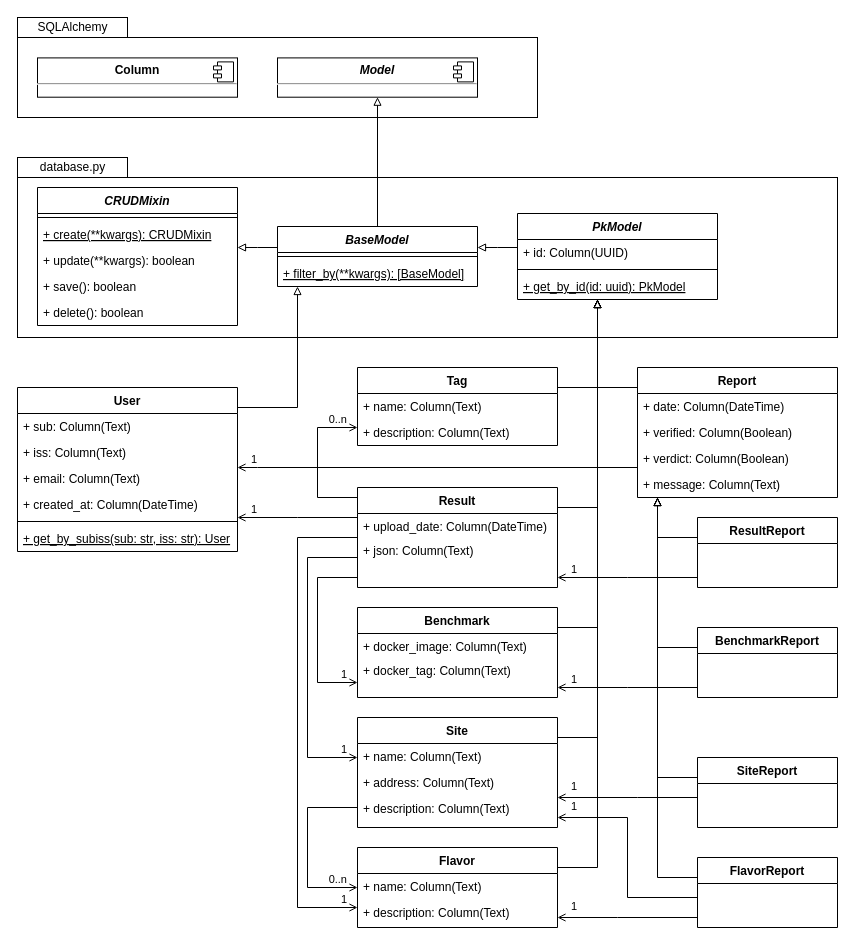
The draw.io diagram docs/diagrams/classes/models.drawio in EOSC-synergy/eosc-perf, before the edit. Source tidied: cells renumbered, new cells numbered last; positions are measured from the earlier drawing's top-left corner, leaving out a move shared by most shapes. Both pictures are drawn from the tidied source at 100%, with x=0, y=0 at pixel (17, 17).
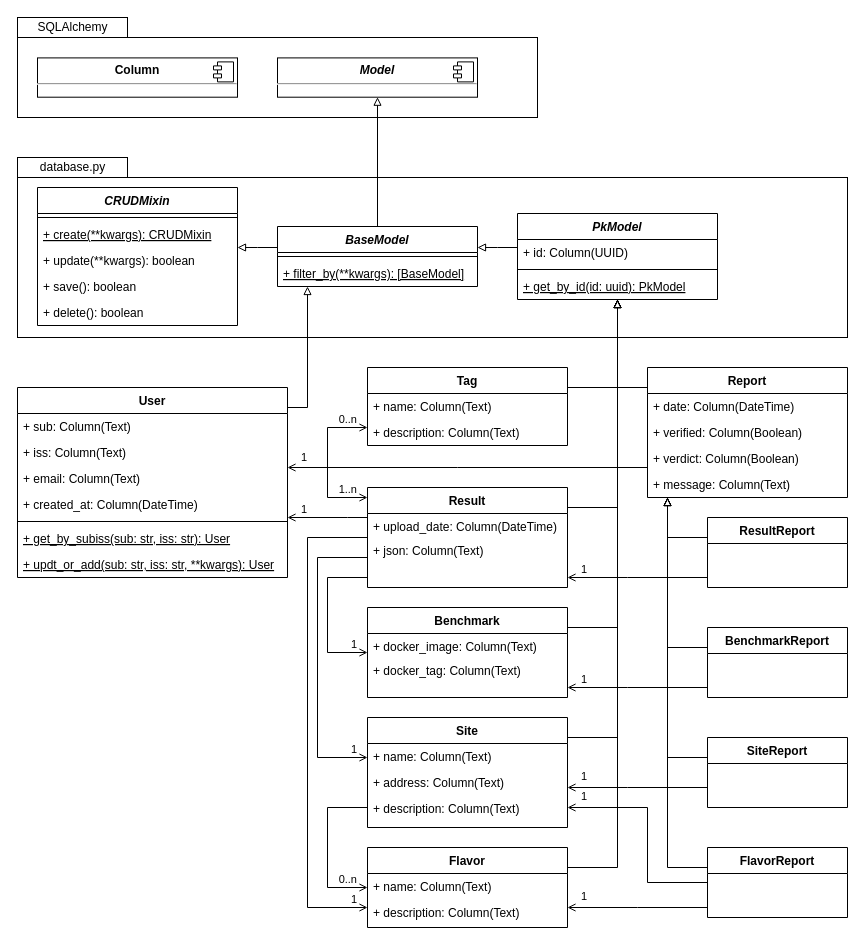
The same diagram, later.

Commit message:
Update models diagram

Unchanged cells that the change refers to:
```xml
<mxCell id="9" value="+ message: Column(Text)" style="text;strokeColor=none;fillColor=none;align=left;verticalAlign=top;spacingLeft=4;spacingRight=4;overflow=hidden;points=[[0,0.5],[1,0.5]];portConstraint=eastwest;" parent="5" vertex="1">
  <mxGeometry y="104" width="200" height="26" as="geometry" />
</mxCell>
<mxCell id="21" value="BaseModel" style="swimlane;fontStyle=3;align=center;verticalAlign=top;horizontal=1;startSize=26;" parent="1" vertex="1">
  <mxGeometry x="260" y="209" width="200" height="60" as="geometry" />
</mxCell>
<mxCell id="25" value="PkModel" style="swimlane;fontStyle=3;align=center;verticalAlign=top;horizontal=1;startSize=26;" parent="1" vertex="1">
  <mxGeometry x="500" y="196" width="200" height="86" as="geometry" />
</mxCell>
```

Diff of the diagram source:
```diff
@@
     <mxCell id="3" style="html=1;" parent="1" vertex="1">
-      <mxGeometry y="160" width="820" height="160" as="geometry" />
+      <mxGeometry y="160" width="830" height="160" as="geometry" />
     </mxCell>
     <mxCell id="4" style="edgeStyle=orthogonalEdgeStyle;rounded=0;jettySize=auto;html=1;endArrow=block;endFill=0;" parent="1" edge="1" source="34" target="25">
       <mxGeometry relative="1" as="geometry">
         <Array as="points">
-          <mxPoint x="580" y="720" />
+          <mxPoint x="600" y="720" />
         </Array>
       </mxGeometry>
     </mxCell>
     <mxCell id="5" value="Report" style="swimlane;fontStyle=1;align=center;verticalAlign=top;horizontal=1;startSize=26;" parent="1" vertex="1">
-      <mxGeometry x="620" y="350" width="200" height="130" as="geometry" />
+      <mxGeometry x="630" y="350" width="200" height="130" as="geometry" />
     </mxCell>
@@
     <mxCell id="10" style="edgeStyle=orthogonalEdgeStyle;rounded=0;jettySize=auto;html=1;endArrow=block;endFill=0;" parent="1" edge="1" source="11" target="25">
       <mxGeometry relative="1" as="geometry">
         <Array as="points">
-          <mxPoint x="580" y="490" />
+          <mxPoint x="600" y="490" />
         </Array>
       </mxGeometry>
     </mxCell>
     <mxCell id="11" value="Result" style="swimlane;fontStyle=1;align=center;verticalAlign=top;horizontal=1;startSize=26;" parent="1" vertex="1">
-      <mxGeometry x="340" y="470" width="200" height="100" as="geometry" />
+      <mxGeometry x="350" y="470" width="200" height="100" as="geometry" />
     </mxCell>
@@
     <mxCell id="29" style="edgeStyle=orthogonalEdgeStyle;rounded=0;jettySize=auto;html=1;endArrow=block;endFill=0;" parent="1" edge="1" source="30" target="25">
       <mxGeometry relative="1" as="geometry">
         <Array as="points">
-          <mxPoint x="580" y="370" />
+          <mxPoint x="600" y="370" />
         </Array>
       </mxGeometry>
     </mxCell>
     <mxCell id="30" value="Tag" style="swimlane;fontStyle=1;align=center;verticalAlign=top;horizontal=1;startSize=26;" parent="1" vertex="1">
-      <mxGeometry x="340" y="350" width="200" height="78" as="geometry" />
+      <mxGeometry x="350" y="350" width="200" height="78" as="geometry" />
     </mxCell>
@@
     <mxCell id="33" style="edgeStyle=orthogonalEdgeStyle;rounded=0;jettySize=auto;html=1;endArrow=block;endFill=0;" parent="1" edge="1" source="5" target="25">
       <mxGeometry relative="1" as="geometry">
         <Array as="points">
-          <mxPoint x="580" y="370" />
+          <mxPoint x="600" y="370" />
         </Array>
       </mxGeometry>
     </mxCell>
     <mxCell id="34" value="Site" style="swimlane;fontStyle=1;align=center;verticalAlign=top;horizontal=1;startSize=26;" parent="1" vertex="1">
-      <mxGeometry x="340" y="700" width="200" height="110" as="geometry" />
+      <mxGeometry x="350" y="700" width="200" height="110" as="geometry" />
     </mxCell>
@@
     <mxCell id="38" style="edgeStyle=orthogonalEdgeStyle;rounded=0;jettySize=auto;html=1;endArrow=block;endFill=0;" parent="1" edge="1" source="39" target="25">
       <mxGeometry relative="1" as="geometry">
         <Array as="points">
-          <mxPoint x="580" y="610" />
+          <mxPoint x="600" y="610" />
         </Array>
       </mxGeometry>
     </mxCell>
     <mxCell id="39" value="Benchmark" style="swimlane;fontStyle=1;align=center;verticalAlign=top;horizontal=1;startSize=26;" parent="1" vertex="1">
-      <mxGeometry x="340" y="590" width="200" height="90" as="geometry" />
+      <mxGeometry x="350" y="590" width="200" height="90" as="geometry" />
     </mxCell>
@@
     <mxCell id="42" style="edgeStyle=orthogonalEdgeStyle;rounded=0;jettySize=auto;html=1;endArrow=block;endFill=0;" parent="1" edge="1" source="49" target="21">
       <mxGeometry relative="1" as="geometry">
         <Array as="points">
-          <mxPoint x="280" y="390" />
+          <mxPoint x="290" y="390" />
         </Array>
       </mxGeometry>
     </mxCell>
@@
     <mxCell id="45" style="html=1;edgeStyle=orthogonalEdgeStyle;rounded=0;endArrow=open;endFill=0;" parent="1" edge="1" source="11" target="39">
       <mxGeometry relative="1" as="geometry">
         <Array as="points">
-          <mxPoint x="300" y="560" />
-          <mxPoint x="300" y="665" />
+          <mxPoint x="310" y="560" />
+          <mxPoint x="310" y="635" />
         </Array>
       </mxGeometry>
     </mxCell>
@@
     <mxCell id="47" style="html=1;startArrow=none;startFill=0;edgeStyle=orthogonalEdgeStyle;endFill=0;rounded=0;endArrow=open;" parent="1" edge="1" source="11" target="34">
       <mxGeometry relative="1" as="geometry">
         <Array as="points">
-          <mxPoint x="290" y="540" />
-          <mxPoint x="290" y="740" />
+          <mxPoint x="300" y="540" />
+          <mxPoint x="300" y="740" />
         </Array>
       </mxGeometry>
     </mxCell>
@@
     <mxCell id="49" value="User" style="swimlane;fontStyle=1;align=center;verticalAlign=top;horizontal=1;startSize=26;" parent="1" vertex="1">
-      <mxGeometry y="370" width="220" height="164" as="geometry" />
+      <mxGeometry y="370" width="270" height="190" as="geometry" />
     </mxCell>
     <mxCell id="50" value="+ sub: Column(Text)" style="text;strokeColor=none;fillColor=none;align=left;verticalAlign=top;spacingLeft=4;spacingRight=4;overflow=hidden;" parent="49" vertex="1">
-      <mxGeometry y="26" width="220" height="26" as="geometry" />
+      <mxGeometry y="26" width="270" height="26" as="geometry" />
     </mxCell>
     <mxCell id="51" value="+ iss: Column(Text)" style="text;strokeColor=none;fillColor=none;align=left;verticalAlign=top;spacingLeft=4;spacingRight=4;overflow=hidden;" parent="49" vertex="1">
-      <mxGeometry y="52" width="220" height="26" as="geometry" />
+      <mxGeometry y="52" width="270" height="26" as="geometry" />
     </mxCell>
     <mxCell id="52" value="+ email: Column(Text)" style="text;strokeColor=none;fillColor=none;align=left;verticalAlign=top;spacingLeft=4;spacingRight=4;overflow=hidden;" parent="49" vertex="1">
-      <mxGeometry y="78" width="220" height="26" as="geometry" />
+      <mxGeometry y="78" width="270" height="26" as="geometry" />
     </mxCell>
     <mxCell id="53" value="+ created_at: Column(DateTime)" style="text;strokeColor=none;fillColor=none;align=left;verticalAlign=top;spacingLeft=4;spacingRight=4;overflow=hidden;" parent="49" vertex="1">
-      <mxGeometry y="104" width="220" height="26" as="geometry" />
+      <mxGeometry y="104" width="270" height="26" as="geometry" />
     </mxCell>
     <mxCell id="54" style="line;strokeWidth=1;fillColor=none;align=left;verticalAlign=middle;spacingTop=-1;spacingLeft=3;spacingRight=3;labelPosition=right;" parent="49" vertex="1">
-      <mxGeometry y="130" width="220" height="8" as="geometry" />
+      <mxGeometry y="130" width="270" height="8" as="geometry" />
     </mxCell>
     <mxCell id="55" value="+ get_by_subiss(sub: str, iss: str): User" style="text;strokeColor=none;fillColor=none;align=left;verticalAlign=top;spacingLeft=4;spacingRight=4;overflow=hidden;fontStyle=4;" parent="49" vertex="1">
-      <mxGeometry y="138" width="220" height="26" as="geometry" />
+      <mxGeometry y="138" width="270" height="26" as="geometry" />
     </mxCell>
+    <mxCell id="93" value="+ updt_or_add(sub: str, iss: str, **kwargs): User" style="text;strokeColor=none;fillColor=none;align=left;verticalAlign=top;spacingLeft=4;spacingRight=4;overflow=hidden;fontStyle=4;" parent="49" vertex="1">
+      <mxGeometry y="164" width="270" height="26" as="geometry" />
+    </mxCell>
@@
     <mxCell id="63" style="edgeStyle=orthogonalEdgeStyle;rounded=0;jettySize=auto;html=1;endArrow=block;endFill=0;" parent="1" edge="1" source="64" target="25">
       <mxGeometry relative="1" as="geometry">
         <Array as="points">
           <mxPoint x="440" y="850" />
-          <mxPoint x="580" y="850" />
+          <mxPoint x="600" y="850" />
         </Array>
       </mxGeometry>
     </mxCell>
     <mxCell id="64" value="Flavor" style="swimlane;fontStyle=1;align=center;verticalAlign=top;horizontal=1;startSize=26;" parent="1" vertex="1">
-      <mxGeometry x="340" y="830" width="200" height="80" as="geometry" />
+      <mxGeometry x="350" y="830" width="200" height="80" as="geometry" />
     </mxCell>
@@
     <mxCell id="67" value="ResultReport" style="swimlane;fontStyle=1;horizontal=1;startSize=26;" parent="1" vertex="1">
-      <mxGeometry x="680" y="500" width="140" height="70" as="geometry" />
+      <mxGeometry x="690" y="500" width="140" height="70" as="geometry" />
     </mxCell>
     <mxCell id="68" value="BenchmarkReport" style="swimlane;fontStyle=1;horizontal=1;startSize=26;" parent="1" vertex="1">
-      <mxGeometry x="680" y="610" width="140" height="70" as="geometry" />
+      <mxGeometry x="690" y="610" width="140" height="70" as="geometry" />
     </mxCell>
     <mxCell id="69" value="SiteReport" style="swimlane;fontStyle=1;horizontal=1;startSize=26;" parent="1" vertex="1">
-      <mxGeometry x="680" y="740" width="140" height="70" as="geometry" />
+      <mxGeometry x="690" y="720" width="140" height="70" as="geometry" />
     </mxCell>
     <mxCell id="70" style="endArrow=block;endFill=0;endSize=6;html=1;strokeWidth=1;rounded=0;edgeStyle=orthogonalEdgeStyle;" parent="1" edge="1" source="67" target="9">
       <mxGeometry relative="1" as="geometry">
         <Array as="points">
-          <mxPoint x="640" y="520" />
+          <mxPoint x="650" y="520" />
         </Array>
       </mxGeometry>
     </mxCell>
     <mxCell id="71" style="endArrow=block;endFill=0;endSize=6;html=1;strokeWidth=1;rounded=0;edgeStyle=orthogonalEdgeStyle;" parent="1" edge="1" source="68" target="9">
       <mxGeometry relative="1" as="geometry">
         <Array as="points">
-          <mxPoint x="640" y="630" />
+          <mxPoint x="650" y="630" />
         </Array>
       </mxGeometry>
     </mxCell>
     <mxCell id="72" style="endArrow=block;endFill=0;endSize=6;html=1;strokeWidth=1;rounded=0;edgeStyle=orthogonalEdgeStyle;" parent="1" edge="1" source="69" target="9">
       <mxGeometry relative="1" as="geometry">
         <Array as="points">
-          <mxPoint x="640" y="760" />
+          <mxPoint x="650" y="740" />
         </Array>
       </mxGeometry>
     </mxCell>
     <mxCell id="73" style="html=1;startArrow=none;startFill=0;edgeStyle=orthogonalEdgeStyle;endFill=0;rounded=0;strokeWidth=1;endArrow=open;" parent="1" edge="1" source="69" target="34">
       <mxGeometry relative="1" as="geometry">
         <Array as="points">
-          <mxPoint x="620" y="780" />
-          <mxPoint x="620" y="780" />
+          <mxPoint x="610" y="770" />
+          <mxPoint x="610" y="770" />
         </Array>
       </mxGeometry>
     </mxCell>
@@
     <mxCell id="77" style="html=1;startArrow=none;startFill=0;edgeStyle=orthogonalEdgeStyle;endFill=0;rounded=0;strokeWidth=1;endArrow=open;" parent="1" edge="1" source="5" target="49">
       <mxGeometry relative="1" as="geometry">
         <Array as="points">
-          <mxPoint x="240" y="450" />
-          <mxPoint x="240" y="450" />
+          <mxPoint x="440" y="450" />
+          <mxPoint x="440" y="450" />
         </Array>
       </mxGeometry>
     </mxCell>
     <mxCell id="78" value="1" style="edgeLabel;html=1;align=right;verticalAlign=bottom;" parent="77" vertex="1">
       <mxGeometry x="1" relative="1" as="geometry">
-        <mxPoint x="20" as="offset" />
+        <mxPoint x="20" y="-2" as="offset" />
       </mxGeometry>
     </mxCell>
-    <mxCell id="79" style="html=1;edgeStyle=orthogonalEdgeStyle;rounded=0;endArrow=open;endFill=0;startArrow=none;startFill=0;" parent="1" edge="1" source="34" target="64">
-      <mxGeometry relative="1" as="geometry">
-        <Array as="points">
-          <mxPoint x="290" y="790" />
-          <mxPoint x="290" y="870" />
-        </Array>
-      </mxGeometry>
-    </mxCell>
-    <mxCell id="80" value="0..n" style="edgeLabel;html=1;align=right;verticalAlign=bottom;" parent="79" vertex="1">
-      <mxGeometry x="1" relative="1" as="geometry">
-        <mxPoint x="-10" as="offset" />
-      </mxGeometry>
-    </mxCell>
     <mxCell id="81" style="html=1;startArrow=none;startFill=0;edgeStyle=orthogonalEdgeStyle;endFill=0;rounded=0;strokeWidth=1;endArrow=open;" parent="1" edge="1" source="11" target="49">
       <mxGeometry relative="1" as="geometry">
         <Array as="points">
-          <mxPoint x="280" y="500" />
-          <mxPoint x="280" y="500" />
+          <mxPoint x="330" y="500" />
+          <mxPoint x="330" y="500" />
         </Array>
       </mxGeometry>
     </mxCell>
@@
-    <mxCell id="83" style="html=1;startArrow=none;startFill=0;edgeStyle=orthogonalEdgeStyle;endFill=0;rounded=0;strokeWidth=1;endArrow=open;" parent="1" edge="1" source="11" target="30">
-      <mxGeometry relative="1" as="geometry">
-        <Array as="points">
-          <mxPoint x="300" y="480" />
-          <mxPoint x="300" y="410" />
-        </Array>
-      </mxGeometry>
-    </mxCell>
-    <mxCell id="84" value="0..n" style="edgeLabel;html=1;align=right;verticalAlign=bottom;" parent="83" vertex="1">
-      <mxGeometry x="1" relative="1" as="geometry">
-        <mxPoint x="-10.3" as="offset" />
-      </mxGeometry>
-    </mxCell>
     <mxCell id="85" style="html=1;edgeStyle=orthogonalEdgeStyle;rounded=0;endArrow=open;endFill=0;" parent="1" edge="1" source="11" target="64">
       <mxGeometry relative="1" as="geometry">
         <Array as="points">
-          <mxPoint x="280" y="520" />
-          <mxPoint x="280" y="890" />
+          <mxPoint x="290" y="520" />
+          <mxPoint x="290" y="890" />
         </Array>
       </mxGeometry>
     </mxCell>
@@
     <mxCell id="87" value="FlavorReport" style="swimlane;fontStyle=1;horizontal=1;startSize=26;" parent="1" vertex="1">
-      <mxGeometry x="680" y="840" width="140" height="70" as="geometry" />
+      <mxGeometry x="690" y="830" width="140" height="70" as="geometry" />
     </mxCell>
-    <mxCell id="88" style="html=1;startArrow=none;startFill=0;edgeStyle=orthogonalEdgeStyle;endFill=0;rounded=0;strokeWidth=1;endArrow=open;" parent="1" edge="1" source="87" target="34">
-      <mxGeometry relative="1" as="geometry">
-        <Array as="points">
-          <mxPoint x="610" y="880" />
-          <mxPoint x="610" y="800" />
-        </Array>
-      </mxGeometry>
-    </mxCell>
-    <mxCell id="89" value="1" style="edgeLabel;html=1;align=right;verticalAlign=bottom;" parent="88" vertex="1">
-      <mxGeometry x="1" relative="1" as="geometry">
-        <mxPoint x="20" y="-3" as="offset" />
-      </mxGeometry>
-    </mxCell>
     <mxCell id="90" style="endArrow=block;endFill=0;endSize=6;html=1;strokeWidth=1;rounded=0;edgeStyle=orthogonalEdgeStyle;" parent="1" edge="1" source="87" target="5">
       <mxGeometry relative="1" as="geometry">
         <Array as="points">
-          <mxPoint x="640" y="860" />
+          <mxPoint x="650" y="850" />
         </Array>
       </mxGeometry>
     </mxCell>
     <mxCell id="91" style="html=1;startArrow=none;startFill=0;edgeStyle=orthogonalEdgeStyle;endFill=0;rounded=0;strokeWidth=1;endArrow=open;" parent="1" edge="1" source="87" target="64">
       <mxGeometry relative="1" as="geometry">
         <Array as="points">
-          <mxPoint x="600" y="900" />
-          <mxPoint x="600" y="900" />
+          <mxPoint x="620" y="890" />
+          <mxPoint x="620" y="890" />
         </Array>
       </mxGeometry>
     </mxCell>
@@
+    <mxCell id="83" style="endArrow=open;html=1;endSize=6;startArrow=open;startSize=6;startFill=0;edgeStyle=orthogonalEdgeStyle;endFill=0;rounded=0;" parent="1" edge="1" source="11" target="30">
+      <mxGeometry relative="1" as="geometry">
+        <Array as="points">
+          <mxPoint x="310" y="480" />
+          <mxPoint x="310" y="410" />
+        </Array>
+      </mxGeometry>
+    </mxCell>
+    <mxCell id="94" value="1..n" style="edgeLabel;html=1;align=right;verticalAlign=bottom;" parent="83" vertex="1">
+      <mxGeometry x="-1" relative="1" as="geometry">
+        <mxPoint x="-10" as="offset" />
+      </mxGeometry>
+    </mxCell>
+    <mxCell id="95" value="0..n" style="edgeLabel;html=1;align=right;verticalAlign=bottom;" parent="83" vertex="1">
+      <mxGeometry x="1" relative="1" as="geometry">
+        <mxPoint x="-10" as="offset" />
+      </mxGeometry>
+    </mxCell>
+    <mxCell id="79" style="endArrow=open;html=1;endSize=6;startArrow=none;startSize=6;startFill=0;edgeStyle=orthogonalEdgeStyle;endFill=0;rounded=0;" parent="1" edge="1" source="34" target="64">
+      <mxGeometry relative="1" as="geometry">
+        <Array as="points">
+          <mxPoint x="310" y="790" />
+          <mxPoint x="310" y="870" />
+        </Array>
+      </mxGeometry>
+    </mxCell>
+    <mxCell id="96" value="0..n" style="edgeLabel;html=1;align=right;verticalAlign=bottom;" parent="79" vertex="1">
+      <mxGeometry x="1" relative="1" as="geometry">
+        <mxPoint x="-10" as="offset" />
+      </mxGeometry>
+    </mxCell>
+    <mxCell id="88" style="html=1;startArrow=none;startFill=0;edgeStyle=orthogonalEdgeStyle;endFill=0;rounded=0;strokeWidth=1;endArrow=open;" parent="1" edge="1" source="87" target="34">
+      <mxGeometry relative="1" as="geometry">
+        <Array as="points">
+          <mxPoint x="630" y="865" />
+          <mxPoint x="630" y="790" />
+        </Array>
+      </mxGeometry>
+    </mxCell>
+    <mxCell id="89" value="1" style="edgeLabel;html=1;align=right;verticalAlign=bottom;" parent="88" vertex="1">
+      <mxGeometry x="1" relative="1" as="geometry">
+        <mxPoint x="20" y="-3" as="offset" />
+      </mxGeometry>
+    </mxCell>
```
